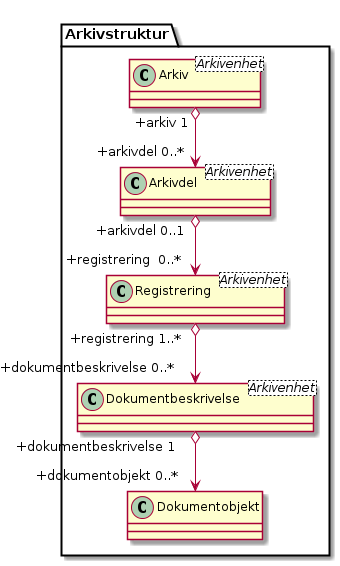
Above: kapitler/media/uml-arkivstruktur-forenklet-modell.png in arkivverket/noark5-tjenestegrensesnitt-standard (PlantUML), before the change.
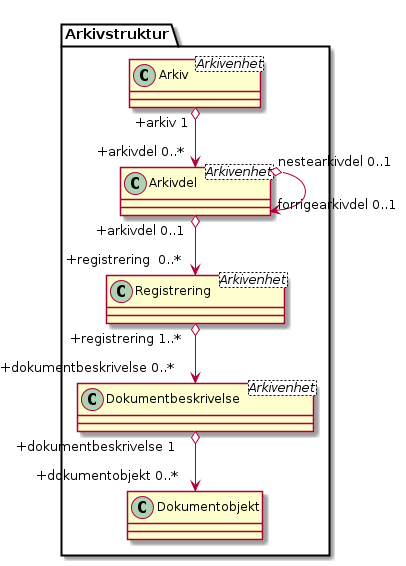
Later version of the same file.

Diff of the diagram source:
```diff
@@ -6,6 +6,7 @@
 class Arkivstruktur.Dokumentbeskrivelse <Arkivenhet>
 class Arkivstruktur.Dokumentobjekt
 Arkivstruktur.Arkiv "+arkiv 1" o--> "+arkivdel 0..*" Arkivstruktur.Arkivdel
+Arkivstruktur.Arkivdel "nestearkivdel 0..1" o--> "forrigearkivdel 0..1" Arkivstruktur.Arkivdel
 Arkivstruktur.Arkivdel "+arkivdel 0..1" o--> "+registrering  0..*" Arkivstruktur.Registrering
 Arkivstruktur.Registrering "+registrering 1..*" o--> "+dokumentbeskrivelse 0..*" Arkivstruktur.Dokumentbeskrivelse
 Arkivstruktur.Dokumentbeskrivelse "+dokumentbeskrivelse 1" o--> "+dokumentobjekt 0..*" Arkivstruktur.Dokumentobjekt
```
